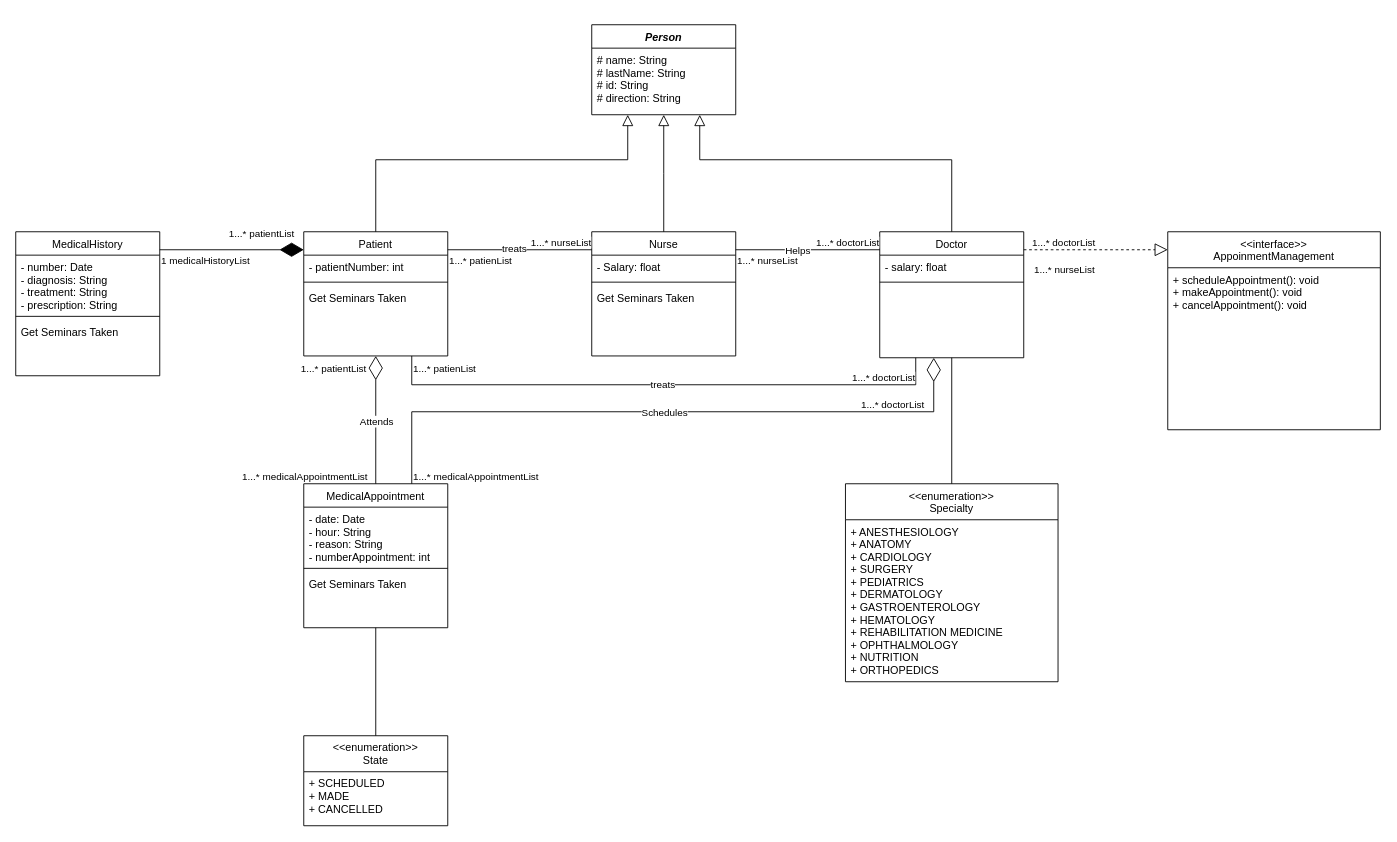
Before: HospitalManagementSystem.drawio in GabrielCevallos/HospitalManagementSystem, a draw.io diagram. Source tidied: cells renumbered, new cells numbered last; positions are measured from the earlier drawing's top-left corner, leaving out a move shared by most shapes. Both pictures are drawn from the tidied source at 90%, with x=0, y=0 at pixel (15, 24).
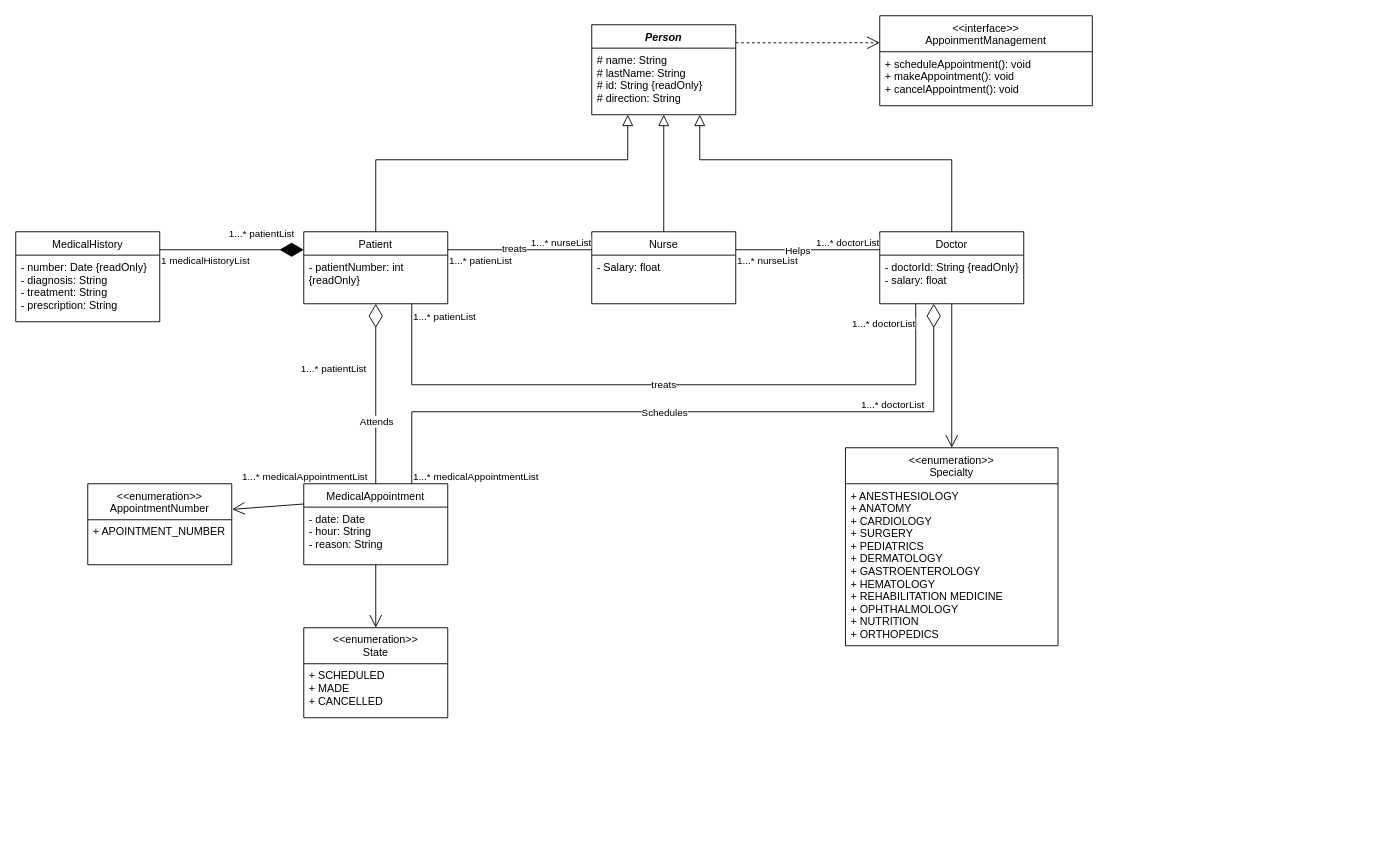
The same diagram, later.

The change refers to these unchanged cells:
```xml
<mxCell id="2" value="Person" style="swimlane;fontStyle=3;align=center;verticalAlign=top;horizontal=1;startSize=26;rounded=0;shadow=0;strokeWidth=1;" parent="1" vertex="1">
  <mxGeometry x="640" width="160" height="100" as="geometry" />
</mxCell>
```

The edit, as a diff of the source:
```diff
@@
-    <mxCell id="3" value="# name: String&#10;# lastName: String&#10;# id: String&#10;# direction: String&#10;" style="text;align=left;verticalAlign=top;spacingLeft=4;spacingRight=4;overflow=hidden;" parent="2" vertex="1">
+    <mxCell id="3" value="# name: String&#10;# lastName: String&#10;# id: String {readOnly}&#10;# direction: String&#10;" style="text;align=left;verticalAlign=top;spacingLeft=4;spacingRight=4;overflow=hidden;" parent="2" vertex="1">
       <mxGeometry y="26" width="160" height="74" as="geometry" />
     </mxCell>
     <mxCell id="4" value="Nurse" style="swimlane;fontStyle=0;align=center;verticalAlign=top;horizontal=1;startSize=26;rounded=0;shadow=0;strokeWidth=1;" parent="1" vertex="1">
-      <mxGeometry x="640" y="230" width="160" height="138" as="geometry" />
+      <mxGeometry x="640" y="230" width="160" height="80" as="geometry" />
     </mxCell>
@@
-    <mxCell id="6" style="line;html=1;strokeWidth=1;align=left;verticalAlign=middle;spacingTop=-1;spacingLeft=3;spacingRight=3;labelPosition=right;" parent="4" vertex="1">
-      <mxGeometry y="52" width="160" height="8" as="geometry" />
-    </mxCell>
-    <mxCell id="7" value="Get Seminars Taken" style="text;align=left;verticalAlign=top;spacingLeft=4;spacingRight=4;overflow=hidden;" parent="4" vertex="1">
-      <mxGeometry y="60" width="160" height="26" as="geometry" />
-    </mxCell>
@@
     <mxCell id="9" value="Doctor" style="swimlane;fontStyle=0;align=center;verticalAlign=top;horizontal=1;startSize=26;rounded=0;shadow=0;strokeWidth=1;" parent="1" vertex="1">
-      <mxGeometry x="960" y="230" width="160" height="140" as="geometry" />
+      <mxGeometry x="960" y="230" width="160" height="80" as="geometry" />
     </mxCell>
-    <mxCell id="10" value="- salary: float" style="text;align=left;verticalAlign=top;spacingLeft=4;spacingRight=4;overflow=hidden;" parent="9" vertex="1">
-      <mxGeometry y="26" width="160" height="26" as="geometry" />
+    <mxCell id="10" value="- doctorId: String {readOnly}&#10;- salary: float" style="text;align=left;verticalAlign=top;spacingLeft=4;spacingRight=4;overflow=hidden;" parent="9" vertex="1">
+      <mxGeometry y="26" width="160" height="34" as="geometry" />
     </mxCell>
-    <mxCell id="11" style="line;html=1;strokeWidth=1;align=left;verticalAlign=middle;spacingTop=-1;spacingLeft=3;spacingRight=3;labelPosition=right;" parent="9" vertex="1">
-      <mxGeometry y="52" width="160" height="8" as="geometry" />
-    </mxCell>
@@
     <mxCell id="13" value="Patient" style="swimlane;fontStyle=0;align=center;verticalAlign=top;horizontal=1;startSize=26;rounded=0;shadow=0;strokeWidth=1;" parent="1" vertex="1">
-      <mxGeometry x="320" y="230" width="160" height="138" as="geometry" />
+      <mxGeometry x="320" y="230" width="160" height="80" as="geometry" />
     </mxCell>
-    <mxCell id="14" value="- patientNumber: int" style="text;align=left;verticalAlign=top;spacingLeft=4;spacingRight=4;overflow=hidden;" parent="13" vertex="1">
-      <mxGeometry y="26" width="160" height="26" as="geometry" />
+    <mxCell id="14" value="- patientNumber: int &#10;{readOnly}" style="text;align=left;verticalAlign=top;spacingLeft=4;spacingRight=4;overflow=hidden;" parent="13" vertex="1">
+      <mxGeometry y="26" width="160" height="34" as="geometry" />
     </mxCell>
-    <mxCell id="15" style="line;html=1;strokeWidth=1;align=left;verticalAlign=middle;spacingTop=-1;spacingLeft=3;spacingRight=3;labelPosition=right;" parent="13" vertex="1">
-      <mxGeometry y="52" width="160" height="8" as="geometry" />
-    </mxCell>
-    <mxCell id="16" value="Get Seminars Taken" style="text;align=left;verticalAlign=top;spacingLeft=4;spacingRight=4;overflow=hidden;" parent="13" vertex="1">
-      <mxGeometry y="60" width="160" height="26" as="geometry" />
-    </mxCell>
@@
     <mxCell id="18" value="MedicalAppointment" style="swimlane;fontStyle=0;align=center;verticalAlign=top;horizontal=1;startSize=26;rounded=0;shadow=0;strokeWidth=1;" parent="1" vertex="1">
-      <mxGeometry x="320" y="510" width="160" height="160" as="geometry" />
+      <mxGeometry x="320" y="510" width="160" height="90" as="geometry" />
     </mxCell>
-    <mxCell id="19" value="- date: Date&#10;- hour: String&#10;- reason: String&#10;- numberAppointment: int" style="text;align=left;verticalAlign=top;spacingLeft=4;spacingRight=4;overflow=hidden;" parent="18" vertex="1">
+    <mxCell id="19" value="- date: Date&#10;- hour: String&#10;- reason: String&#10;" style="text;align=left;verticalAlign=top;spacingLeft=4;spacingRight=4;overflow=hidden;" parent="18" vertex="1">
       <mxGeometry y="26" width="160" height="64" as="geometry" />
     </mxCell>
-    <mxCell id="20" style="line;html=1;strokeWidth=1;align=left;verticalAlign=middle;spacingTop=-1;spacingLeft=3;spacingRight=3;labelPosition=right;" parent="18" vertex="1">
-      <mxGeometry y="90" width="160" height="8" as="geometry" />
-    </mxCell>
-    <mxCell id="21" value="Get Seminars Taken" style="text;align=left;verticalAlign=top;spacingLeft=4;spacingRight=4;overflow=hidden;" parent="18" vertex="1">
-      <mxGeometry y="98" width="160" height="26" as="geometry" />
-    </mxCell>
     <mxCell id="22" value="&lt;&lt;enumeration&gt;&gt;&#10;Specialty" style="swimlane;fontStyle=0;align=center;verticalAlign=top;horizontal=1;startSize=40;rounded=0;shadow=0;strokeWidth=1;" parent="1" vertex="1">
-      <mxGeometry x="921.9" y="510" width="236.2" height="220" as="geometry" />
+      <mxGeometry x="921.9" y="470" width="236.2" height="220" as="geometry" />
     </mxCell>
@@
     <mxCell id="28" value="&lt;&lt;enumeration&gt;&gt;&#10;State" style="swimlane;fontStyle=0;align=center;verticalAlign=top;horizontal=1;startSize=40;rounded=0;shadow=0;strokeWidth=1;" parent="1" vertex="1">
-      <mxGeometry x="320" y="790" width="160" height="100" as="geometry" />
+      <mxGeometry x="320" y="670" width="160" height="100" as="geometry" />
     </mxCell>
@@
-    <mxCell id="34" style="endArrow=none;html=1;edgeStyle=orthogonalEdgeStyle;rounded=0;entryX=0.5;entryY=1;entryDx=0;entryDy=0;exitX=0.5;exitY=0;exitDx=0;exitDy=0;" parent="1" edge="1" source="22" target="9">
-      <mxGeometry relative="1" as="geometry" />
-    </mxCell>
-    <mxCell id="35" style="endArrow=none;html=1;edgeStyle=orthogonalEdgeStyle;rounded=0;exitX=0.5;exitY=1;exitDx=0;exitDy=0;entryX=0.5;entryY=0;entryDx=0;entryDy=0;" parent="1" edge="1" source="18" target="28">
-      <mxGeometry relative="1" as="geometry" />
-    </mxCell>
     <mxCell id="36" value="MedicalHistory" style="swimlane;fontStyle=0;align=center;verticalAlign=top;horizontal=1;startSize=26;rounded=0;shadow=0;strokeWidth=1;" parent="1" vertex="1">
-      <mxGeometry y="230" width="160" height="160" as="geometry" />
+      <mxGeometry y="230" width="160" height="100" as="geometry" />
     </mxCell>
-    <mxCell id="37" value="- number: Date&#10;- diagnosis: String&#10;- treatment: String&#10;- prescription: String" style="text;align=left;verticalAlign=top;spacingLeft=4;spacingRight=4;overflow=hidden;" parent="36" vertex="1">
+    <mxCell id="37" value="- number: Date {readOnly}&#10;- diagnosis: String&#10;- treatment: String&#10;- prescription: String" style="text;align=left;verticalAlign=top;spacingLeft=4;spacingRight=4;overflow=hidden;" parent="36" vertex="1">
       <mxGeometry y="26" width="160" height="64" as="geometry" />
     </mxCell>
-    <mxCell id="38" style="line;html=1;strokeWidth=1;align=left;verticalAlign=middle;spacingTop=-1;spacingLeft=3;spacingRight=3;labelPosition=right;" parent="36" vertex="1">
-      <mxGeometry y="90" width="160" height="8" as="geometry" />
-    </mxCell>
-    <mxCell id="39" value="Get Seminars Taken" style="text;align=left;verticalAlign=top;spacingLeft=4;spacingRight=4;overflow=hidden;" parent="36" vertex="1">
-      <mxGeometry y="98" width="160" height="26" as="geometry" />
-    </mxCell>
@@
     <mxCell id="51" style="endArrow=diamondThin;endFill=0;endSize=24;html=1;rounded=0;exitX=0.75;exitY=0;exitDx=0;exitDy=0;" parent="1" edge="1" source="18">
       <mxGeometry relative="1" as="geometry">
-        <mxPoint x="1020" y="370" as="targetPoint" />
+        <mxPoint x="1020" y="310" as="targetPoint" />
         <Array as="points">
           <mxPoint x="440" y="430" />
           <mxPoint x="1020" y="430" />
         </Array>
       </mxGeometry>
     </mxCell>
@@
     <mxCell id="54" value="&lt;&lt;interface&gt;&gt;&#10;AppoinmentManagement" style="swimlane;fontStyle=0;align=center;verticalAlign=top;horizontal=1;startSize=40;rounded=0;shadow=0;strokeWidth=1;" parent="1" vertex="1">
-      <mxGeometry x="1280" y="230" width="236.2" height="220" as="geometry" />
+      <mxGeometry x="960" y="-10" width="236.2" height="100" as="geometry" />
     </mxCell>
     <mxCell id="55" value="+ scheduleAppointment(): void&#10;+ makeAppointment(): void&#10;+ cancelAppointment(): void" style="text;align=left;verticalAlign=top;spacingLeft=4;spacingRight=4;overflow=hidden;" parent="54" vertex="1">
-      <mxGeometry y="40" width="236.2" height="180" as="geometry" />
+      <mxGeometry y="40" width="236.2" height="60" as="geometry" />
     </mxCell>
-    <mxCell id="56" style="endArrow=block;dashed=1;endFill=0;endSize=12;html=1;rounded=0;" parent="1" edge="1">
-      <mxGeometry relative="1" as="geometry">
-        <mxPoint x="1120" y="250" as="sourcePoint" />
-        <mxPoint x="1280" y="250" as="targetPoint" />
-      </mxGeometry>
-    </mxCell>
-    <mxCell id="57" value="1...* nurseList" style="edgeLabel;html=1;align=left;verticalAlign=bottom;" parent="1" vertex="1">
-      <mxGeometry x="1130" y="280" as="geometry" />
-    </mxCell>
-    <mxCell id="58" value="1...* doctorList" style="edgeLabel;html=1;align=right;verticalAlign=bottom;" parent="1" vertex="1">
-      <mxGeometry x="1200" y="250" as="geometry" />
-    </mxCell>
+    <mxCell id="59" style="endArrow=open;endFill=1;endSize=12;html=1;rounded=0;entryX=0.5;entryY=0;entryDx=0;entryDy=0;exitX=0.5;exitY=1;exitDx=0;exitDy=0;" parent="1" edge="1" source="9" target="22">
+      <mxGeometry relative="1" as="geometry" />
+    </mxCell>
+    <mxCell id="35" style="endArrow=open;endFill=1;endSize=12;html=1;rounded=0;entryX=0.5;entryY=0;entryDx=0;entryDy=0;exitX=0.5;exitY=1;exitDx=0;exitDy=0;" parent="1" edge="1" source="18" target="28">
+      <mxGeometry relative="1" as="geometry" />
+    </mxCell>
+    <mxCell id="60" style="endArrow=open;endSize=12;dashed=1;html=1;rounded=0;" parent="1" edge="1">
+      <mxGeometry relative="1" as="geometry">
+        <mxPoint x="800" y="20" as="sourcePoint" />
+        <mxPoint x="960" y="20" as="targetPoint" />
+      </mxGeometry>
+    </mxCell>
+    <mxCell id="61" value="&lt;&lt;enumeration&gt;&gt;&#10;AppointmentNumber" style="swimlane;fontStyle=0;align=center;verticalAlign=top;horizontal=1;startSize=40;rounded=0;shadow=0;strokeWidth=1;" parent="1" vertex="1">
+      <mxGeometry x="80" y="510" width="160" height="90" as="geometry" />
+    </mxCell>
+    <mxCell id="62" value="+ APOINTMENT_NUMBER" style="text;align=left;verticalAlign=top;spacingLeft=4;spacingRight=4;overflow=hidden;" parent="61" vertex="1">
+      <mxGeometry y="40" width="160" height="50" as="geometry" />
+    </mxCell>
+    <mxCell id="63" style="endArrow=open;endFill=1;endSize=12;html=1;rounded=0;entryX=1.003;entryY=0.316;entryDx=0;entryDy=0;exitX=0;exitY=0.25;exitDx=0;exitDy=0;entryPerimeter=0;" parent="1" edge="1" source="18" target="61">
+      <mxGeometry relative="1" as="geometry" />
+    </mxCell>
```
